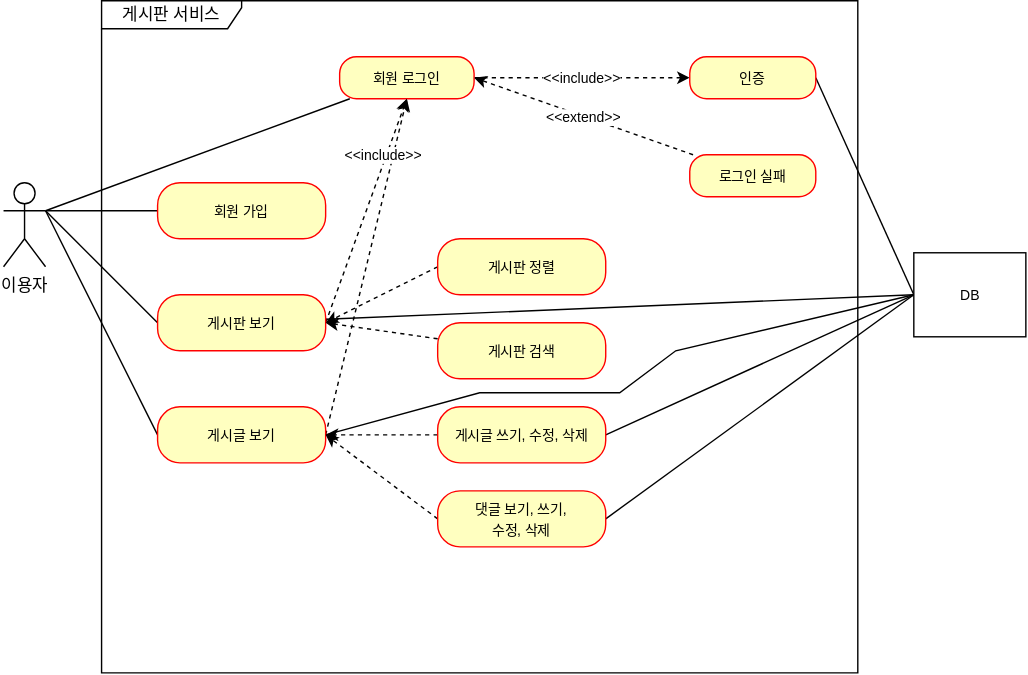
This is document/use-case.svg from bang-star/fastcampus-project-board, a draw.io export, as it was before one commit. Source tidied: cells renumbered, new cells last; positions are measured from the earlier drawing's top-left corner, leaving out a move shared by most shapes.
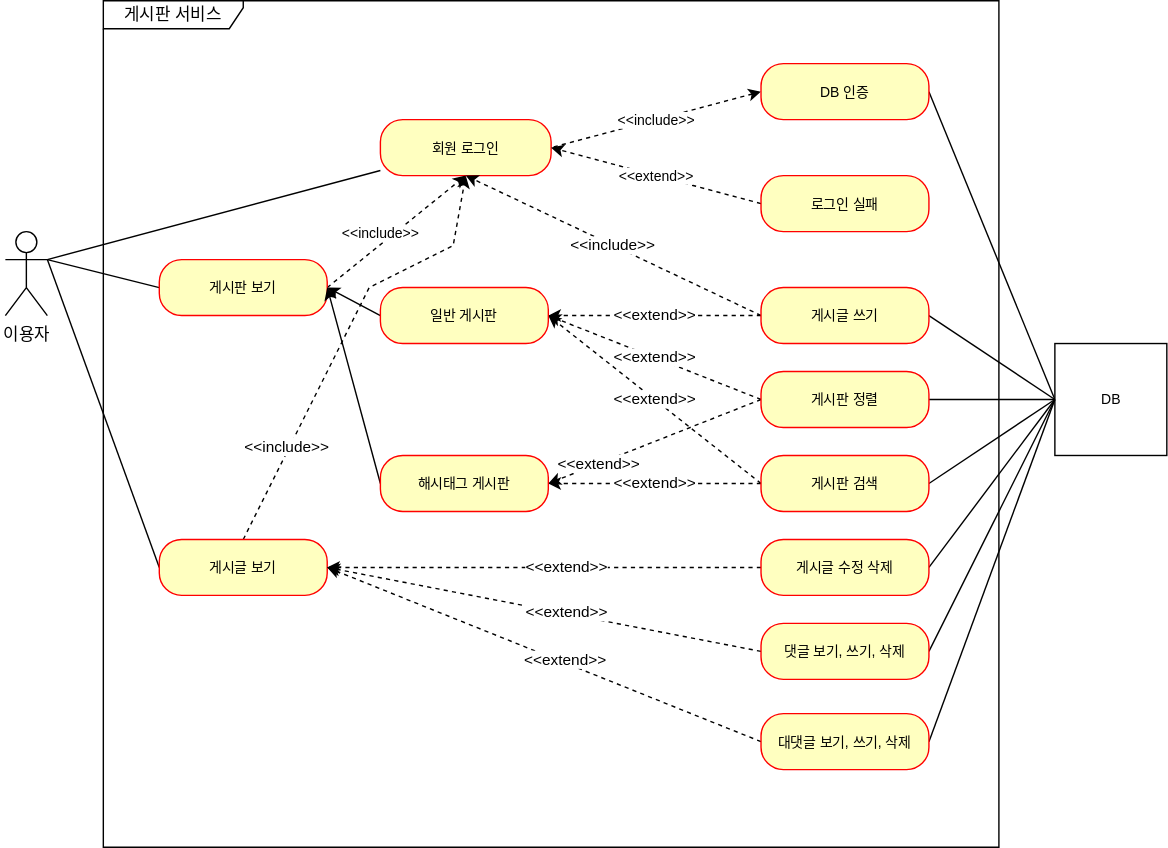
The same diagram one commit later.

Commit message:
#71 - use-case.svg 업데이트: 현재 서비스 상황에 맞춰 변경

* 이미 구현된 해시태그 게시판 업데이트
* 구현할 대댓글 추가
* 이외에도 변경된 요소가 있음

What changed in the source:
```diff
@@ -6,27 +6,26 @@
       <mxGeometry y="130" width="30" height="60" as="geometry" />
     </mxCell>
     <mxCell id="3" value="게시판 서비스" style="shape=umlFrame;whiteSpace=wrap;html=1;width=100;height=20;" parent="1" vertex="1">
-      <mxGeometry x="70" width="540" height="480" as="geometry" />
+      <mxGeometry x="70" y="-35" width="640" height="605" as="geometry" />
     </mxCell>
     <mxCell id="4" style="edgeStyle=none;rounded=0;jettySize=auto;html=1;fontSize=10;startArrow=none;startFill=0;endArrow=none;endFill=0;exitX=0;exitY=0.5;exitDx=0;exitDy=0;" parent="1" edge="1" source="7">
       <mxGeometry relative="1" as="geometry">
         <mxPoint x="30" y="150" as="targetPoint" />
       </mxGeometry>
     </mxCell>
-    <mxCell id="5" style="edgeStyle=none;rounded=0;jettySize=auto;html=1;entryX=0.5;entryY=1;entryDx=0;entryDy=0;dashed=1;fontSize=10;startArrow=none;startFill=0;endArrow=classic;endFill=1;exitX=1;exitY=0.5;exitDx=0;exitDy=0;" parent="1" edge="1" source="7" target="9">
-      <mxGeometry relative="1" as="geometry" />
+    <mxCell id="5" style="edgeStyle=none;rounded=0;jettySize=auto;html=1;exitX=0.5;exitY=0;exitDx=0;exitDy=0;entryX=0.5;entryY=1;entryDx=0;entryDy=0;dashed=1;startArrow=none;startFill=0;endArrow=classic;endFill=1;" parent="1" edge="1" source="7" target="9">
+      <mxGeometry relative="1" as="geometry">
+        <Array as="points">
+          <mxPoint x="260" y="170" />
+          <mxPoint x="320" y="140" />
+        </Array>
+      </mxGeometry>
     </mxCell>
-    <mxCell id="6" style="edgeStyle=none;rounded=0;jettySize=auto;html=1;exitX=1;exitY=0.5;exitDx=0;exitDy=0;entryX=0;entryY=0.5;entryDx=0;entryDy=0;fontSize=10;startArrow=none;startFill=0;endArrow=none;endFill=0;" parent="1" edge="1" source="7" target="32">
-      <mxGeometry relative="1" as="geometry">
-        <Array as="points">
-          <mxPoint x="340" y="280" />
-          <mxPoint x="440" y="280" />
-          <mxPoint x="480" y="250" />
-        </Array>
-      </mxGeometry>
-    </mxCell>
+    <mxCell id="33" value="&amp;lt;&amp;lt;include&amp;gt;&amp;gt;" style="edgeLabel;html=1;align=center;verticalAlign=middle;" parent="5" vertex="1">
+      <mxGeometry x="-0.54" y="2" relative="1" as="geometry" />
+    </mxCell>
     <mxCell id="7" value="&lt;font style=&quot;font-size: 10px;&quot;&gt;게시글 보기&lt;/font&gt;" style="rounded=1;whiteSpace=wrap;html=1;arcSize=40;fontColor=#000000;fillColor=#ffffc0;strokeColor=#ff0000;" parent="1" vertex="1">
-      <mxGeometry x="110" y="290" width="120" height="40" as="geometry" />
+      <mxGeometry x="110" y="350" width="120" height="40" as="geometry" />
     </mxCell>
     <mxCell id="8" style="edgeStyle=none;rounded=0;jettySize=auto;html=1;fontSize=10;startArrow=none;startFill=0;endArrow=none;endFill=0;" parent="1" edge="1" source="9">
       <mxGeometry relative="1" as="geometry">
@@ -34,35 +33,35 @@
       </mxGeometry>
     </mxCell>
     <mxCell id="9" value="&lt;font style=&quot;font-size: 10px;&quot;&gt;회원 로그인&lt;/font&gt;" style="rounded=1;whiteSpace=wrap;html=1;arcSize=40;fontColor=#000000;fillColor=#ffffc0;strokeColor=#ff0000;" parent="1" vertex="1">
-      <mxGeometry x="240" y="40" width="96" height="30" as="geometry" />
+      <mxGeometry x="268" y="50" width="122" height="40" as="geometry" />
     </mxCell>
-    <mxCell id="10" value="&amp;lt;&amp;lt;include&amp;gt;&amp;gt;" style="edgeStyle=none;rounded=0;jettySize=auto;html=1;entryX=1;entryY=0.5;entryDx=0;entryDy=0;fontSize=10;startArrow=classic;startFill=1;endArrow=none;endFill=0;dashed=1;" parent="1" edge="1" source="12" target="9">
+    <mxCell id="10" value="&amp;lt;&amp;lt;include&amp;gt;&amp;gt;" style="edgeStyle=none;rounded=0;jettySize=auto;html=1;entryX=1;entryY=0.5;entryDx=0;entryDy=0;fontSize=10;startArrow=classic;startFill=1;endArrow=none;endFill=0;dashed=1;exitX=0;exitY=0.5;exitDx=0;exitDy=0;" parent="1" edge="1" source="12" target="9">
       <mxGeometry relative="1" as="geometry" />
     </mxCell>
     <mxCell id="11" style="edgeStyle=none;rounded=0;jettySize=auto;html=1;entryX=0;entryY=0.5;entryDx=0;entryDy=0;fontSize=10;startArrow=none;startFill=0;endArrow=none;endFill=0;exitX=1;exitY=0.5;exitDx=0;exitDy=0;" parent="1" edge="1" source="12" target="32">
       <mxGeometry relative="1" as="geometry" />
     </mxCell>
-    <mxCell id="12" value="&lt;font style=&quot;font-size: 10px;&quot;&gt;인증&lt;/font&gt;" style="rounded=1;whiteSpace=wrap;html=1;arcSize=40;fontColor=#000000;fillColor=#ffffc0;strokeColor=#ff0000;" parent="1" vertex="1">
-      <mxGeometry x="490" y="40" width="90" height="30" as="geometry" />
+    <mxCell id="12" value="&lt;font style=&quot;font-size: 10px;&quot;&gt;DB 인증&lt;/font&gt;" style="rounded=1;whiteSpace=wrap;html=1;arcSize=40;fontColor=#000000;fillColor=#ffffc0;strokeColor=#ff0000;" parent="1" vertex="1">
+      <mxGeometry x="540" y="10" width="120" height="40" as="geometry" />
     </mxCell>
-    <mxCell id="13" value="&amp;lt;&amp;lt;extend&amp;gt;&amp;gt;" style="edgeStyle=none;rounded=0;jettySize=auto;html=1;entryX=1;entryY=0.5;entryDx=0;entryDy=0;fontSize=10;startArrow=none;startFill=0;endArrow=classic;endFill=1;dashed=1;" parent="1" edge="1" source="14" target="9">
+    <mxCell id="13" value="&amp;lt;&amp;lt;extend&amp;gt;&amp;gt;" style="edgeStyle=none;rounded=0;jettySize=auto;html=1;entryX=1;entryY=0.5;entryDx=0;entryDy=0;fontSize=10;startArrow=none;startFill=0;endArrow=classic;endFill=1;dashed=1;exitX=0;exitY=0.5;exitDx=0;exitDy=0;" parent="1" edge="1" source="14" target="9">
       <mxGeometry relative="1" as="geometry" />
     </mxCell>
     <mxCell id="14" value="&lt;span style=&quot;font-size: 10px;&quot;&gt;로그인 실패&lt;/span&gt;" style="rounded=1;whiteSpace=wrap;html=1;arcSize=40;fontColor=#000000;fillColor=#ffffc0;strokeColor=#ff0000;" parent="1" vertex="1">
-      <mxGeometry x="490" y="110" width="90" height="30" as="geometry" />
+      <mxGeometry x="540" y="90" width="120" height="40" as="geometry" />
     </mxCell>
-    <mxCell id="15" style="edgeStyle=none;rounded=0;jettySize=auto;html=1;entryX=1;entryY=0.5;entryDx=0;entryDy=0;dashed=1;fontSize=10;startArrow=none;startFill=0;endArrow=classic;endFill=1;exitX=0;exitY=0.5;exitDx=0;exitDy=0;" parent="1" edge="1" source="16" target="23">
-      <mxGeometry relative="1" as="geometry" />
-    </mxCell>
+    <mxCell id="34" style="edgeStyle=none;rounded=0;jettySize=auto;html=1;entryX=0;entryY=0.5;entryDx=0;entryDy=0;endArrow=none;endFill=0;exitX=1;exitY=0.5;exitDx=0;exitDy=0;" parent="1" edge="1" source="16" target="32">
+      <mxGeometry relative="1" as="geometry" />
+    </mxCell>
+    <mxCell id="35" value="&amp;lt;&amp;lt;include&amp;gt;&amp;gt;" style="edgeStyle=none;rounded=0;jettySize=auto;html=1;entryX=0.5;entryY=1;entryDx=0;entryDy=0;startArrow=none;startFill=0;endArrow=classic;endFill=1;dashed=1;exitX=0;exitY=0.5;exitDx=0;exitDy=0;" parent="1" edge="1" source="16" target="9">
+      <mxGeometry relative="1" as="geometry" />
+    </mxCell>
+    <mxCell id="36" value="&amp;lt;&amp;lt;extend&amp;gt;&amp;gt;" style="edgeStyle=none;rounded=0;jettySize=auto;html=1;exitX=0;exitY=0.5;exitDx=0;exitDy=0;entryX=1;entryY=0.5;entryDx=0;entryDy=0;dashed=1;startArrow=none;startFill=0;endArrow=classic;endFill=1;" parent="1" edge="1" source="16" target="46">
+      <mxGeometry relative="1" as="geometry" />
+    </mxCell>
-    <mxCell id="16" value="&lt;font style=&quot;font-size: 10px;&quot;&gt;게시판 정렬&lt;/font&gt;" style="rounded=1;whiteSpace=wrap;html=1;arcSize=40;fontColor=#000000;fillColor=#ffffc0;strokeColor=#ff0000;" parent="1" vertex="1">
-      <mxGeometry x="310" y="170" width="120" height="40" as="geometry" />
+    <mxCell id="16" value="&lt;span style=&quot;font-size: 10px;&quot;&gt;게시글 쓰기&lt;/span&gt;" style="rounded=1;whiteSpace=wrap;html=1;arcSize=40;fontColor=#000000;fillColor=#ffffc0;strokeColor=#ff0000;" parent="1" vertex="1">
+      <mxGeometry x="540" y="170" width="120" height="40" as="geometry" />
     </mxCell>
-    <mxCell id="17" style="rounded=0;jettySize=auto;html=1;entryX=1;entryY=0.3333333333333333;entryDx=0;entryDy=0;entryPerimeter=0;fontSize=10;startArrow=none;startFill=0;endArrow=none;endFill=0;" parent="1" edge="1" source="18" target="2">
-      <mxGeometry relative="1" as="geometry" />
-    </mxCell>
-    <mxCell id="18" value="&lt;font style=&quot;font-size: 10px;&quot;&gt;회원 가입&lt;/font&gt;" style="rounded=1;whiteSpace=wrap;html=1;arcSize=40;fontColor=#000000;fillColor=#ffffc0;strokeColor=#ff0000;" parent="1" vertex="1">
-      <mxGeometry x="110" y="130" width="120" height="40" as="geometry" />
-    </mxCell>
     <mxCell id="19" style="edgeStyle=none;rounded=0;jettySize=auto;html=1;fontSize=10;startArrow=none;startFill=0;endArrow=none;endFill=0;exitX=0;exitY=0.5;exitDx=0;exitDy=0;" parent="1" edge="1" source="23">
       <mxGeometry relative="1" as="geometry">
         <mxPoint x="30" y="150" as="targetPoint" />
@@ -73,43 +72,97 @@
     </mxCell>
     <mxCell id="21" value="&amp;lt;&amp;lt;include&amp;gt;&amp;gt;" style="edgeLabel;html=1;align=center;verticalAlign=middle;fontSize=10;" parent="20" vertex="1">
       <mxGeometry x="-0.26" relative="1" as="geometry">
-        <mxPoint x="19" y="-61" as="offset" />
+        <mxPoint x="1" y="-10" as="offset" />
       </mxGeometry>
     </mxCell>
-    <mxCell id="22" style="edgeStyle=none;rounded=0;jettySize=auto;html=1;fontSize=10;startArrow=none;startFill=0;endArrow=none;endFill=0;" parent="1" edge="1" source="23">
-      <mxGeometry relative="1" as="geometry">
-        <mxPoint x="650" y="210" as="targetPoint" />
-      </mxGeometry>
-    </mxCell>
     <mxCell id="23" value="&lt;font style=&quot;font-size: 10px;&quot;&gt;게시판 보기&lt;/font&gt;" style="rounded=1;whiteSpace=wrap;html=1;arcSize=40;fontColor=#000000;fillColor=#ffffc0;strokeColor=#ff0000;" parent="1" vertex="1">
-      <mxGeometry x="110" y="210" width="120" height="40" as="geometry" />
+      <mxGeometry x="110" y="150" width="120" height="40" as="geometry" />
     </mxCell>
-    <mxCell id="24" style="edgeStyle=none;rounded=0;jettySize=auto;html=1;entryX=1;entryY=0.5;entryDx=0;entryDy=0;dashed=1;fontSize=10;startArrow=none;startFill=0;endArrow=classic;endFill=1;" parent="1" edge="1" source="25" target="23">
-      <mxGeometry relative="1" as="geometry" />
-    </mxCell>
+    <mxCell id="37" style="edgeStyle=none;rounded=0;jettySize=auto;html=1;exitX=1;exitY=0.5;exitDx=0;exitDy=0;endArrow=none;endFill=0;" parent="1" edge="1" source="25">
+      <mxGeometry relative="1" as="geometry">
+        <mxPoint x="750" y="250" as="targetPoint" />
+      </mxGeometry>
+    </mxCell>
+    <mxCell id="38" value="&amp;lt;&amp;lt;extend&amp;gt;&amp;gt;" style="edgeStyle=none;rounded=0;jettySize=auto;html=1;entryX=1;entryY=0.5;entryDx=0;entryDy=0;dashed=1;startArrow=none;startFill=0;endArrow=classic;endFill=1;exitX=0;exitY=0.5;exitDx=0;exitDy=0;" parent="1" edge="1" source="25" target="46">
+      <mxGeometry relative="1" as="geometry" />
+    </mxCell>
+    <mxCell id="39" style="edgeStyle=none;rounded=0;jettySize=auto;html=1;exitX=0;exitY=0.5;exitDx=0;exitDy=0;entryX=1;entryY=0.5;entryDx=0;entryDy=0;dashed=1;startArrow=none;startFill=0;endArrow=classic;endFill=1;" parent="1" edge="1" source="25" target="56">
+      <mxGeometry relative="1" as="geometry" />
+    </mxCell>
+    <mxCell id="40" value="&amp;lt;&amp;lt;extend&amp;gt;&amp;gt;" style="edgeLabel;html=1;align=center;verticalAlign=middle;" parent="39" vertex="1">
+      <mxGeometry x="0.53" relative="1" as="geometry" />
+    </mxCell>
-    <mxCell id="25" value="&lt;font style=&quot;font-size: 10px;&quot;&gt;게시판 검색&lt;/font&gt;" style="rounded=1;whiteSpace=wrap;html=1;arcSize=40;fontColor=#000000;fillColor=#ffffc0;strokeColor=#ff0000;" parent="1" vertex="1">
-      <mxGeometry x="310" y="230" width="120" height="40" as="geometry" />
+    <mxCell id="25" value="&lt;font style=&quot;font-size: 10px;&quot;&gt;게시판 정렬&lt;/font&gt;" style="rounded=1;whiteSpace=wrap;html=1;arcSize=40;fontColor=#000000;fillColor=#ffffc0;strokeColor=#ff0000;" parent="1" vertex="1">
+      <mxGeometry x="540" y="230" width="120" height="40" as="geometry" />
     </mxCell>
-    <mxCell id="26" style="edgeStyle=none;rounded=0;jettySize=auto;html=1;entryX=1;entryY=0.5;entryDx=0;entryDy=0;dashed=1;fontSize=10;startArrow=none;startFill=0;endArrow=classic;endFill=1;" parent="1" edge="1" source="28" target="7">
-      <mxGeometry relative="1" as="geometry" />
-    </mxCell>
-    <mxCell id="27" style="edgeStyle=none;rounded=0;jettySize=auto;html=1;exitX=1;exitY=0.5;exitDx=0;exitDy=0;entryX=0;entryY=0.5;entryDx=0;entryDy=0;fontSize=10;startArrow=none;startFill=0;endArrow=none;endFill=0;" parent="1" edge="1" source="28" target="32">
-      <mxGeometry relative="1" as="geometry" />
-    </mxCell>
+    <mxCell id="41" style="edgeStyle=none;rounded=0;jettySize=auto;html=1;exitX=1;exitY=0.5;exitDx=0;exitDy=0;endArrow=none;endFill=0;" parent="1" edge="1" source="28">
+      <mxGeometry relative="1" as="geometry">
+        <mxPoint x="750" y="250" as="targetPoint" />
+      </mxGeometry>
+    </mxCell>
+    <mxCell id="42" value="&amp;lt;&amp;lt;extend&amp;gt;&amp;gt;" style="edgeStyle=none;rounded=0;jettySize=auto;html=1;exitX=0;exitY=0.5;exitDx=0;exitDy=0;dashed=1;startArrow=none;startFill=0;endArrow=classic;endFill=1;entryX=1;entryY=0.5;entryDx=0;entryDy=0;" parent="1" edge="1" source="28" target="46">
+      <mxGeometry relative="1" as="geometry" />
+    </mxCell>
+    <mxCell id="43" value="&amp;lt;&amp;lt;extend&amp;gt;&amp;gt;" style="edgeStyle=none;rounded=0;jettySize=auto;html=1;exitX=0;exitY=0.5;exitDx=0;exitDy=0;entryX=1;entryY=0.5;entryDx=0;entryDy=0;dashed=1;startArrow=none;startFill=0;endArrow=classic;endFill=1;" parent="1" edge="1" source="28" target="56">
+      <mxGeometry relative="1" as="geometry" />
+    </mxCell>
-    <mxCell id="28" value="&lt;font style=&quot;font-size: 10px;&quot;&gt;게시글 쓰기, 수정, 삭제&lt;/font&gt;" style="rounded=1;whiteSpace=wrap;html=1;arcSize=40;fontColor=#000000;fillColor=#ffffc0;strokeColor=#ff0000;" parent="1" vertex="1">
-      <mxGeometry x="310" y="290" width="120" height="40" as="geometry" />
+    <mxCell id="28" value="&lt;font style=&quot;font-size: 10px;&quot;&gt;게시판 검색&lt;/font&gt;" style="rounded=1;whiteSpace=wrap;html=1;arcSize=40;fontColor=#000000;fillColor=#ffffc0;strokeColor=#ff0000;" parent="1" vertex="1">
+      <mxGeometry x="540" y="290" width="120" height="40" as="geometry" />
     </mxCell>
+    <mxCell id="30" style="edgeStyle=none;rounded=0;jettySize=auto;html=1;exitX=1;exitY=0.5;exitDx=0;exitDy=0;entryX=0;entryY=0.5;entryDx=0;entryDy=0;endArrow=none;endFill=0;" parent="1" edge="1" source="31" target="32">
+      <mxGeometry relative="1" as="geometry" />
+    </mxCell>
-    <mxCell id="29" style="edgeStyle=none;rounded=0;jettySize=auto;html=1;entryX=1;entryY=0.5;entryDx=0;entryDy=0;dashed=1;fontSize=10;startArrow=none;startFill=0;endArrow=classic;endFill=1;exitX=0;exitY=0.5;exitDx=0;exitDy=0;" parent="1" edge="1" source="31" target="7">
+    <mxCell id="29" style="edgeStyle=none;rounded=0;jettySize=auto;html=1;entryX=1;entryY=0.5;entryDx=0;entryDy=0;dashed=1;startArrow=none;startFill=0;endArrow=classic;endFill=1;" parent="1" edge="1" source="31" target="7">
       <mxGeometry relative="1" as="geometry" />
     </mxCell>
-    <mxCell id="30" style="edgeStyle=none;rounded=0;jettySize=auto;html=1;entryX=0;entryY=0.5;entryDx=0;entryDy=0;fontSize=10;startArrow=none;startFill=0;endArrow=none;endFill=0;exitX=1;exitY=0.5;exitDx=0;exitDy=0;" parent="1" edge="1" source="31" target="32">
-      <mxGeometry relative="1" as="geometry" />
-    </mxCell>
+    <mxCell id="44" value="&amp;lt;&amp;lt;extend&amp;gt;&amp;gt;" style="edgeLabel;html=1;align=center;verticalAlign=middle;" parent="29" vertex="1">
+      <mxGeometry x="-0.1" y="-1" relative="1" as="geometry" />
+    </mxCell>
-    <mxCell id="31" value="&lt;font style=&quot;font-size: 10px;&quot;&gt;댓글 보기, 쓰기, &lt;br&gt;수정, 삭제&lt;/font&gt;" style="rounded=1;whiteSpace=wrap;html=1;arcSize=40;fontColor=#000000;fillColor=#ffffc0;strokeColor=#ff0000;" parent="1" vertex="1">
-      <mxGeometry x="310" y="350" width="120" height="40" as="geometry" />
+    <mxCell id="31" value="&lt;span style=&quot;font-size: 10px;&quot;&gt;게시글 수정 삭제&lt;/span&gt;" style="rounded=1;whiteSpace=wrap;html=1;arcSize=40;fontColor=#000000;fillColor=#ffffc0;strokeColor=#ff0000;" parent="1" vertex="1">
+      <mxGeometry x="540" y="350" width="120" height="40" as="geometry" />
     </mxCell>
     <mxCell id="32" value="DB" style="html=1;fontSize=10;" parent="1" vertex="1">
-      <mxGeometry x="650" y="180" width="80" height="60" as="geometry" />
+      <mxGeometry x="750" y="210" width="80" height="80" as="geometry" />
     </mxCell>
+    <mxCell id="45" style="edgeStyle=none;rounded=0;jettySize=auto;html=1;exitX=0;exitY=0.5;exitDx=0;exitDy=0;entryX=1;entryY=0.5;entryDx=0;entryDy=0;endArrow=classic;endFill=1;startArrow=none;startFill=0;" parent="1" edge="1" source="46" target="23">
+      <mxGeometry relative="1" as="geometry" />
+    </mxCell>
+    <mxCell id="46" value="&lt;font style=&quot;font-size: 10px;&quot;&gt;일반 게시판&lt;/font&gt;" style="rounded=1;whiteSpace=wrap;html=1;arcSize=40;fontColor=#000000;fillColor=#ffffc0;strokeColor=#ff0000;" parent="1" vertex="1">
+      <mxGeometry x="268" y="170" width="120" height="40" as="geometry" />
+    </mxCell>
+    <mxCell id="47" style="edgeStyle=none;rounded=0;jettySize=auto;html=1;exitX=1;exitY=0.5;exitDx=0;exitDy=0;entryX=0;entryY=0.5;entryDx=0;entryDy=0;endArrow=none;endFill=0;" parent="1" edge="1" source="50" target="32">
+      <mxGeometry relative="1" as="geometry" />
+    </mxCell>
+    <mxCell id="48" style="edgeStyle=none;rounded=0;jettySize=auto;html=1;entryX=1;entryY=0.5;entryDx=0;entryDy=0;dashed=1;startArrow=none;startFill=0;endArrow=classic;endFill=1;exitX=0;exitY=0.5;exitDx=0;exitDy=0;" parent="1" edge="1" source="50" target="7">
+      <mxGeometry relative="1" as="geometry" />
+    </mxCell>
+    <mxCell id="49" value="&amp;lt;&amp;lt;extend&amp;gt;&amp;gt;" style="edgeLabel;html=1;align=center;verticalAlign=middle;" parent="48" vertex="1">
+      <mxGeometry x="-0.1" y="-2" relative="1" as="geometry" />
+    </mxCell>
+    <mxCell id="50" value="&lt;span style=&quot;font-size: 10px;&quot;&gt;댓글 보기, 쓰기, 삭제&lt;/span&gt;" style="rounded=1;whiteSpace=wrap;html=1;arcSize=40;fontColor=#000000;fillColor=#ffffc0;strokeColor=#ff0000;" parent="1" vertex="1">
+      <mxGeometry x="540" y="410" width="120" height="40" as="geometry" />
+    </mxCell>
+    <mxCell id="51" style="edgeStyle=none;rounded=0;jettySize=auto;html=1;exitX=1;exitY=0.5;exitDx=0;exitDy=0;entryX=0;entryY=0.5;entryDx=0;entryDy=0;endArrow=none;endFill=0;" parent="1" edge="1" source="54" target="32">
+      <mxGeometry relative="1" as="geometry" />
+    </mxCell>
+    <mxCell id="52" style="edgeStyle=none;rounded=0;jettySize=auto;html=1;dashed=1;startArrow=none;startFill=0;endArrow=classic;endFill=1;exitX=0;exitY=0.5;exitDx=0;exitDy=0;" parent="1" edge="1" source="54">
+      <mxGeometry relative="1" as="geometry">
+        <mxPoint x="230" y="370" as="targetPoint" />
+      </mxGeometry>
+    </mxCell>
+    <mxCell id="53" value="&amp;lt;&amp;lt;extend&amp;gt;&amp;gt;" style="edgeLabel;html=1;align=center;verticalAlign=middle;" parent="52" vertex="1">
+      <mxGeometry x="-0.09" y="-2" relative="1" as="geometry">
+        <mxPoint x="1" as="offset" />
+      </mxGeometry>
+    </mxCell>
+    <mxCell id="54" value="&lt;span style=&quot;font-size: 10px;&quot;&gt;대댓글 보기, 쓰기, 삭제&lt;/span&gt;" style="rounded=1;whiteSpace=wrap;html=1;arcSize=40;fontColor=#000000;fillColor=#ffffc0;strokeColor=#ff0000;" parent="1" vertex="1">
+      <mxGeometry x="540" y="474.5" width="120" height="40" as="geometry" />
+    </mxCell>
+    <mxCell id="55" style="edgeStyle=none;rounded=0;jettySize=auto;html=1;exitX=0;exitY=0.5;exitDx=0;exitDy=0;entryX=1;entryY=0.5;entryDx=0;entryDy=0;startArrow=none;startFill=0;endArrow=classic;endFill=1;" parent="1" edge="1" source="56" target="23">
+      <mxGeometry relative="1" as="geometry" />
+    </mxCell>
+    <mxCell id="56" value="&lt;font style=&quot;font-size: 10px;&quot;&gt;해시태그 게시판&lt;/font&gt;" style="rounded=1;whiteSpace=wrap;html=1;arcSize=40;fontColor=#000000;fillColor=#ffffc0;strokeColor=#ff0000;" parent="1" vertex="1">
+      <mxGeometry x="268" y="290" width="120" height="40" as="geometry" />
+    </mxCell>
   </root>
 </mxGraphModel>
```
